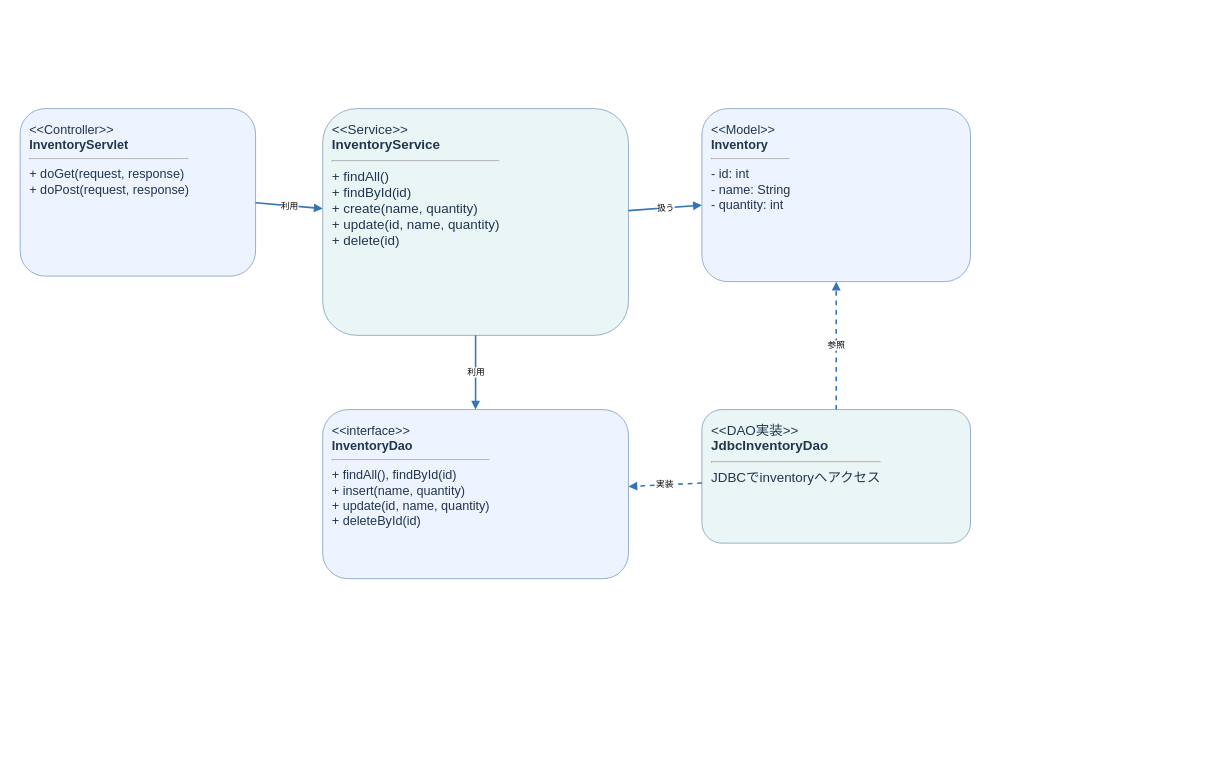
Earlier version of the draw.io diagram docs/internal-design/diagrams/class-diagram.drawio (polyfortrain/inventory-app). Source tidied: cells renumbered, new cells numbered last; positions are measured from the earlier drawing's top-left corner, leaving out a move shared by most shapes. Both pictures are drawn from the tidied source at 79%, with x=0, y=0 at pixel (20, 108).
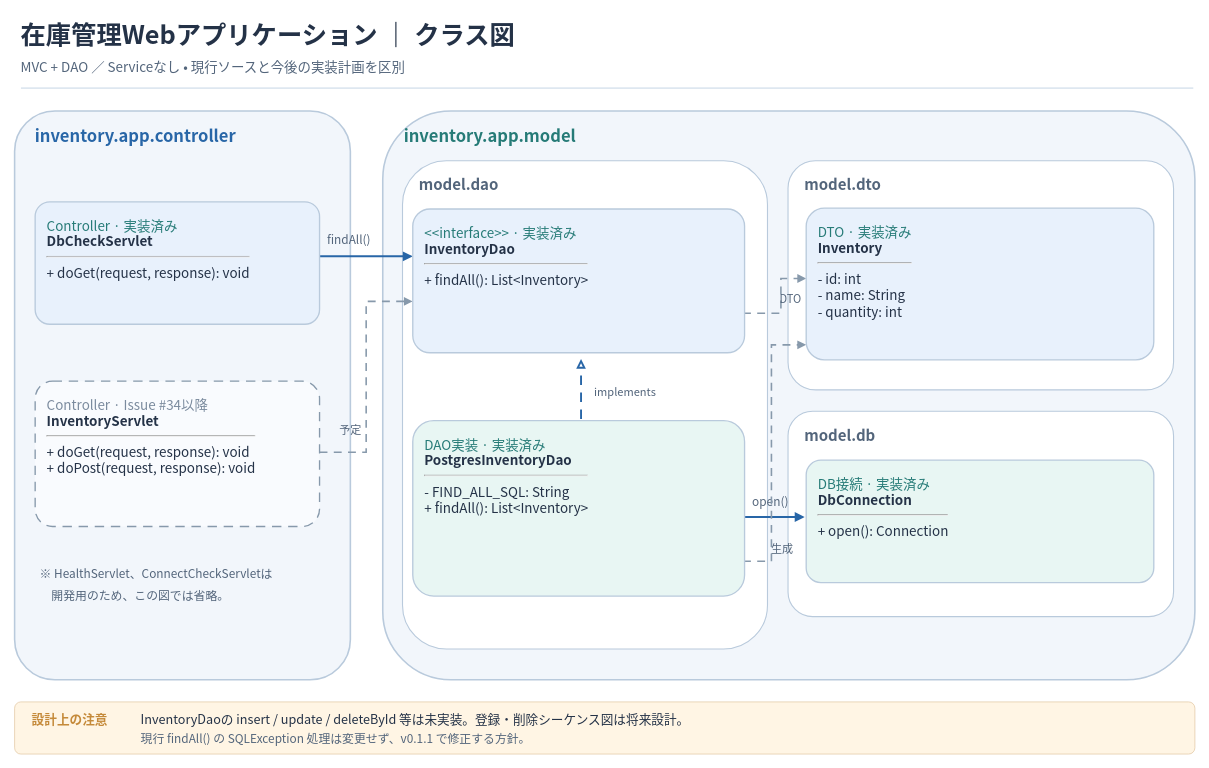
Above is the later version.

What changed in the source:
```diff
@@
-    <mxCell id="2" value="&amp;lt;&amp;lt;Controller&amp;gt;&amp;gt;&lt;br&gt;&lt;b&gt;InventoryServlet&lt;/b&gt;&lt;hr&gt;+ doGet(request, response)&lt;br&gt;+ doPost(request, response)" style="rounded=1;whiteSpace=wrap;html=1;fillColor=#edf4ff;strokeColor=#7f9cba;fontColor=#21354e;fontSize=16;spacing=12;align=left;verticalAlign=top;" parent="1" vertex="1">
-      <mxGeometry width="298" height="212" as="geometry" />
-    </mxCell>
-    <mxCell id="3" value="&amp;lt;&amp;lt;Service&amp;gt;&amp;gt;&lt;br&gt;&lt;b&gt;InventoryService&lt;/b&gt;&lt;hr&gt;+ findAll()&lt;br&gt;+ findById(id)&lt;br&gt;+ create(name, quantity)&lt;br&gt;+ update(id, name, quantity)&lt;br&gt;+ delete(id)" style="rounded=1;whiteSpace=wrap;html=1;fillColor=#e9f6f5;strokeColor=#7f9cba;fontColor=#21354e;fontSize=17;spacing=12;align=left;verticalAlign=top;" parent="1" vertex="1">
-      <mxGeometry x="383" width="387" height="287" as="geometry" />
-    </mxCell>
-    <mxCell id="4" value="&amp;lt;&amp;lt;Model&amp;gt;&amp;gt;&lt;br&gt;&lt;b&gt;Inventory&lt;/b&gt;&lt;hr&gt;- id: int&lt;br&gt;- name: String&lt;br&gt;- quantity: int" style="rounded=1;whiteSpace=wrap;html=1;fillColor=#edf4ff;strokeColor=#7f9cba;fontColor=#21354e;fontSize=16;spacing=12;align=left;verticalAlign=top;" parent="1" vertex="1">
-      <mxGeometry x="863" width="340" height="219" as="geometry" />
-    </mxCell>
-    <mxCell id="5" value="&amp;lt;&amp;lt;interface&amp;gt;&amp;gt;&lt;br&gt;&lt;b&gt;InventoryDao&lt;/b&gt;&lt;hr&gt;+ findAll(), findById(id)&lt;br&gt;+ insert(name, quantity)&lt;br&gt;+ update(id, name, quantity)&lt;br&gt;+ deleteById(id)" style="rounded=1;whiteSpace=wrap;html=1;fillColor=#edf4ff;strokeColor=#7f9cba;fontColor=#21354e;fontSize=16;spacing=12;align=left;verticalAlign=top;" parent="1" vertex="1">
-      <mxGeometry x="383" y="381" width="387" height="214" as="geometry" />
-    </mxCell>
-    <mxCell id="6" value="&amp;lt;&amp;lt;DAO実装&amp;gt;&amp;gt;&lt;br&gt;&lt;b&gt;JdbcInventoryDao&lt;/b&gt;&lt;hr&gt;JDBCでinventoryへアクセス" style="rounded=1;whiteSpace=wrap;html=1;fillColor=#e9f6f5;strokeColor=#7f9cba;fontColor=#21354e;fontSize=17;spacing=12;align=left;verticalAlign=top;" parent="1" vertex="1">
-      <mxGeometry x="863" y="381" width="340" height="169" as="geometry" />
-    </mxCell>
-    <mxCell id="7" value="利用" style="endArrow=block;html=1;rounded=1;strokeWidth=2;strokeColor=#3475b9;" parent="1" edge="1" source="2" target="3">
-      <mxGeometry relative="1" as="geometry" />
-    </mxCell>
-    <mxCell id="8" value="利用" style="endArrow=block;html=1;rounded=1;strokeWidth=2;strokeColor=#3475b9;" parent="1" edge="1" source="3" target="5">
-      <mxGeometry relative="1" as="geometry" />
-    </mxCell>
-    <mxCell id="9" value="扱う" style="endArrow=block;html=1;rounded=1;strokeWidth=2;strokeColor=#3475b9;" parent="1" edge="1" source="3" target="4">
-      <mxGeometry relative="1" as="geometry" />
-    </mxCell>
+    <mxCell id="12" value="在庫管理Webアプリケーション ｜ クラス図" style="text;html=1;align=left;verticalAlign=middle;whiteSpace=wrap;rounded=0;fillColor=none;strokeColor=none;fontColor=#243247;fontFamily=Noto Sans CJK JP;fontSize=32;fontStyle=1;spacing=0;" parent="1" vertex="1">
+      <mxGeometry x="1" y="-120" width="850" height="49.6" as="geometry" />
+    </mxCell>
+    <mxCell id="13" value="MVC + DAO ／ Serviceなし   •   現行ソースと今後の実装計画を区別" style="text;html=1;align=left;verticalAlign=middle;whiteSpace=wrap;rounded=0;fillColor=none;strokeColor=none;fontColor=#53657B;fontFamily=Noto Sans CJK JP;fontSize=17;fontStyle=0;spacing=0;" parent="1" vertex="1">
+      <mxGeometry x="1" y="-66.2" width="900" height="26.4" as="geometry" />
+    </mxCell>
-    <mxCell id="10" value="実装" style="endArrow=block;html=1;rounded=1;strokeWidth=2;strokeColor=#3475b9;dashed=1;" parent="1" edge="1" source="6" target="5">
-      <mxGeometry relative="1" as="geometry" />
+    <mxCell id="10" style="edgeStyle=none;html=1;rounded=0;strokeColor=#DEE7F0;strokeWidth=2;endArrow=none;" parent="1" edge="1">
+      <mxGeometry relative="1" as="geometry">
+        <mxPoint x="1" y="-26" as="sourcePoint" />
+        <mxPoint x="1485" y="-26" as="targetPoint" />
+      </mxGeometry>
     </mxCell>
-    <mxCell id="11" value="参照" style="endArrow=block;html=1;rounded=1;strokeWidth=2;strokeColor=#3475b9;dashed=1;" parent="1" edge="1" source="6" target="4">
-      <mxGeometry relative="1" as="geometry" />
-    </mxCell>
+    <mxCell id="14" style="rounded=1;arcSize=12;whiteSpace=wrap;html=1;fillColor=#F2F6FB;strokeColor=#B9CADC;strokeWidth=2;" parent="1" vertex="1">
+      <mxGeometry x="-7" y="3" width="425" height="720" as="geometry" />
+    </mxCell>
+    <mxCell id="15" value="inventory.app.controller" style="text;html=1;align=left;verticalAlign=middle;whiteSpace=wrap;rounded=0;fillColor=none;strokeColor=none;fontColor=#2866A7;fontFamily=Noto Sans CJK JP;fontSize=21;fontStyle=1;spacing=0;" parent="1" vertex="1">
+      <mxGeometry x="19" y="17.9" width="390" height="32.6" as="geometry" />
+    </mxCell>
+    <mxCell id="16" style="rounded=1;arcSize=12;whiteSpace=wrap;html=1;fillColor=#F2F6FB;strokeColor=#B9CADC;strokeWidth=2;" parent="1" vertex="1">
+      <mxGeometry x="459" y="3" width="1028" height="720" as="geometry" />
+    </mxCell>
+    <mxCell id="17" value="inventory.app.model" style="text;html=1;align=left;verticalAlign=middle;whiteSpace=wrap;rounded=0;fillColor=none;strokeColor=none;fontColor=#267B77;fontFamily=Noto Sans CJK JP;fontSize=21;fontStyle=1;spacing=0;" parent="1" vertex="1">
+      <mxGeometry x="486" y="17.9" width="420" height="32.6" as="geometry" />
+    </mxCell>
+    <mxCell id="18" style="rounded=1;arcSize=12;whiteSpace=wrap;html=1;fillColor=#FFFFFF;strokeColor=#B9CADC;strokeWidth=1.4;" parent="1" vertex="1">
+      <mxGeometry x="484" y="66" width="462" height="618" as="geometry" />
+    </mxCell>
+    <mxCell id="19" value="model.dao" style="text;html=1;align=left;verticalAlign=middle;whiteSpace=wrap;rounded=0;fillColor=none;strokeColor=none;fontColor=#53657B;fontFamily=Noto Sans CJK JP;fontSize=19;fontStyle=1;spacing=0;" parent="1" vertex="1">
+      <mxGeometry x="505" y="80.3" width="193" height="29.4" as="geometry" />
+    </mxCell>
+    <mxCell id="20" style="rounded=1;arcSize=12;whiteSpace=wrap;html=1;fillColor=#FFFFFF;strokeColor=#B9CADC;strokeWidth=1.4;" parent="1" vertex="1">
+      <mxGeometry x="972" y="66" width="488" height="290" as="geometry" />
+    </mxCell>
+    <mxCell id="21" value="model.dto" style="text;html=1;align=left;verticalAlign=middle;whiteSpace=wrap;rounded=0;fillColor=none;strokeColor=none;fontColor=#53657B;fontFamily=Noto Sans CJK JP;fontSize=19;fontStyle=1;spacing=0;" parent="1" vertex="1">
+      <mxGeometry x="993" y="80.3" width="193" height="29.4" as="geometry" />
+    </mxCell>
+    <mxCell id="22" style="rounded=1;arcSize=12;whiteSpace=wrap;html=1;fillColor=#FFFFFF;strokeColor=#B9CADC;strokeWidth=1.4;" parent="1" vertex="1">
+      <mxGeometry x="972" y="383" width="488" height="260" as="geometry" />
+    </mxCell>
+    <mxCell id="23" value="model.db" style="text;html=1;align=left;verticalAlign=middle;whiteSpace=wrap;rounded=0;fillColor=none;strokeColor=none;fontColor=#53657B;fontFamily=Noto Sans CJK JP;fontSize=19;fontStyle=1;spacing=0;" parent="1" vertex="1">
+      <mxGeometry x="993" y="398.3" width="178" height="29.4" as="geometry" />
+    </mxCell>
+    <mxCell id="24" style="edgeStyle=none;html=1;rounded=0;strokeColor=#2866A7;strokeWidth=2.5;endArrow=block;endFill=1;" parent="1" edge="1">
+      <mxGeometry relative="1" as="geometry">
+        <mxPoint x="379" y="187" as="sourcePoint" />
+        <mxPoint x="497" y="187" as="targetPoint" />
+      </mxGeometry>
+    </mxCell>
+    <mxCell id="25" value="findAll()" style="text;html=1;align=center;verticalAlign=middle;whiteSpace=wrap;rounded=0;fillColor=none;strokeColor=none;fontColor=#53657B;fontFamily=Noto Sans CJK JP;fontSize=15;fontStyle=0;spacing=0;" parent="1" vertex="1">
+      <mxGeometry x="348.5" y="153.2" width="135" height="23.2" as="geometry" />
+    </mxCell>
+    <mxCell id="26" style="edgeStyle=none;html=1;rounded=0;strokeColor=#8799AB;strokeWidth=2;dashed=1;dashPattern=5 4;endArrow=block;endFill=1;" parent="1" edge="1">
+      <mxGeometry relative="1" as="geometry">
+        <mxPoint x="379" y="435" as="sourcePoint" />
+        <mxPoint x="497" y="244" as="targetPoint" />
+        <Array as="points">
+          <mxPoint x="438" y="435" />
+          <mxPoint x="438" y="244" />
+        </Array>
+      </mxGeometry>
+    </mxCell>
+    <mxCell id="27" value="予定" style="text;html=1;align=center;verticalAlign=middle;whiteSpace=wrap;rounded=0;fillColor=none;strokeColor=none;fontColor=#53657B;fontFamily=Noto Sans CJK JP;fontSize=14;fontStyle=0;spacing=0;" parent="1" vertex="1">
+      <mxGeometry x="385.5" y="394.9" width="65" height="21.7" as="geometry" />
+    </mxCell>
+    <mxCell id="28" style="edgeStyle=none;html=1;rounded=0;strokeColor=#2866A7;strokeWidth=2.4;dashed=1;dashPattern=5 4;endArrow=none;endArrow=block;endFill=0;" parent="1" edge="1">
+      <mxGeometry relative="1" as="geometry">
+        <mxPoint x="710" y="393" as="sourcePoint" />
+        <mxPoint x="710" y="317" as="targetPoint" />
+      </mxGeometry>
+    </mxCell>
+    <mxCell id="29" value="implements" style="text;html=1;align=left;verticalAlign=middle;whiteSpace=wrap;rounded=0;fillColor=none;strokeColor=none;fontColor=#53657B;fontFamily=Noto Sans CJK JP;fontSize=14;fontStyle=0;spacing=0;" parent="1" vertex="1">
+      <mxGeometry x="727" y="346.9" width="169" height="21.7" as="geometry" />
+    </mxCell>
+    <mxCell id="30" style="edgeStyle=none;html=1;rounded=0;strokeColor=#8799AB;strokeWidth=2;dashed=1;dashPattern=5 4;endArrow=block;endFill=1;" parent="1" edge="1">
+      <mxGeometry relative="1" as="geometry">
+        <mxPoint x="915" y="259" as="sourcePoint" />
+        <mxPoint x="995" y="215" as="targetPoint" />
+        <Array as="points">
+          <mxPoint x="963" y="259" />
+          <mxPoint x="963" y="215" />
+        </Array>
+      </mxGeometry>
+    </mxCell>
+    <mxCell id="31" value="DTO" style="text;html=1;align=center;verticalAlign=middle;whiteSpace=wrap;rounded=0;fillColor=none;strokeColor=none;fontColor=#53657B;fontFamily=Noto Sans CJK JP;fontSize=14;fontStyle=0;spacing=0;" parent="1" vertex="1">
+      <mxGeometry x="937.5" y="228.9" width="75" height="21.7" as="geometry" />
+    </mxCell>
+    <mxCell id="32" style="edgeStyle=none;html=1;rounded=0;strokeColor=#2866A7;strokeWidth=2.5;endArrow=block;endFill=1;" parent="1" edge="1">
+      <mxGeometry relative="1" as="geometry">
+        <mxPoint x="915" y="517" as="sourcePoint" />
+        <mxPoint x="993" y="517" as="targetPoint" />
+      </mxGeometry>
+    </mxCell>
+    <mxCell id="33" value="open()" style="text;html=1;align=center;verticalAlign=middle;whiteSpace=wrap;rounded=0;fillColor=none;strokeColor=none;fontColor=#53657B;fontFamily=Noto Sans CJK JP;fontSize=15;fontStyle=0;spacing=0;" parent="1" vertex="1">
+      <mxGeometry x="907" y="484.2" width="86" height="23.2" as="geometry" />
+    </mxCell>
+    <mxCell id="34" style="edgeStyle=none;html=1;rounded=0;strokeColor=#8799AB;strokeWidth=2;dashed=1;dashPattern=5 4;endArrow=block;endFill=1;" parent="1" edge="1">
+      <mxGeometry relative="1" as="geometry">
+        <mxPoint x="915" y="573" as="sourcePoint" />
+        <mxPoint x="995" y="299" as="targetPoint" />
+        <Array as="points">
+          <mxPoint x="951" y="573" />
+          <mxPoint x="951" y="299" />
+        </Array>
+      </mxGeometry>
+    </mxCell>
+    <mxCell id="35" value="生成" style="text;html=1;align=center;verticalAlign=middle;whiteSpace=wrap;rounded=0;fillColor=none;strokeColor=none;fontColor=#53657B;fontFamily=Noto Sans CJK JP;fontSize=14;fontStyle=0;spacing=0;" parent="1" vertex="1">
+      <mxGeometry x="935" y="545.9" width="60" height="21.7" as="geometry" />
+    </mxCell>
+    <mxCell id="36" value="&lt;font color=&quot;#267B77&quot;&gt;Controller · 実装済み&lt;/font&gt;&lt;br&gt;&lt;b&gt;DbCheckServlet&lt;/b&gt;&lt;hr&gt;+ doGet(request, response): void&lt;br&gt;" style="rounded=1;arcSize=12;whiteSpace=wrap;html=1;fillColor=#E8F1FC;strokeColor=#B9CADC;strokeWidth=1.7;align=left;verticalAlign=top;fontFamily=Noto Sans CJK JP;fontColor=#243247;fontSize=17;spacing=15;" parent="1" vertex="1">
+      <mxGeometry x="19" y="118" width="360" height="155" as="geometry" />
+    </mxCell>
+    <mxCell id="37" value="&lt;font color=&quot;#7B8B9E&quot;&gt;Controller · Issue #34以降&lt;/font&gt;&lt;br&gt;&lt;b&gt;InventoryServlet&lt;/b&gt;&lt;hr&gt;+ doGet(request, response): void&lt;br&gt;+ doPost(request, response): void&lt;br&gt;" style="rounded=1;arcSize=12;whiteSpace=wrap;html=1;fillColor=#F9FBFE;strokeColor=#8799AB;strokeWidth=1.7;align=left;verticalAlign=top;fontFamily=Noto Sans CJK JP;fontColor=#243247;fontSize=17;spacing=15;dashed=1;dashPattern=7 5;" parent="1" vertex="1">
+      <mxGeometry x="19" y="345" width="360" height="184" as="geometry" />
+    </mxCell>
+    <mxCell id="38" value="※ HealthServlet、ConnectCheckServletは" style="text;html=1;align=left;verticalAlign=middle;whiteSpace=wrap;rounded=0;fillColor=none;strokeColor=none;fontColor=#53657B;fontFamily=Noto Sans CJK JP;fontSize=15;fontStyle=0;spacing=0;" parent="1" vertex="1">
+      <mxGeometry x="25" y="576.2" width="365" height="23.2" as="geometry" />
+    </mxCell>
+    <mxCell id="39" value="　開発用のため、この図では省略。" style="text;html=1;align=left;verticalAlign=middle;whiteSpace=wrap;rounded=0;fillColor=none;strokeColor=none;fontColor=#53657B;fontFamily=Noto Sans CJK JP;fontSize=15;fontStyle=0;spacing=0;" parent="1" vertex="1">
+      <mxGeometry x="25" y="604.2" width="350" height="23.2" as="geometry" />
+    </mxCell>
+    <mxCell id="40" value="&lt;font color=&quot;#267B77&quot;&gt;&amp;lt;&amp;lt;interface&amp;gt;&amp;gt; · 実装済み&lt;/font&gt;&lt;br&gt;&lt;b&gt;InventoryDao&lt;/b&gt;&lt;hr&gt;+ findAll(): List&amp;lt;Inventory&amp;gt;&lt;br&gt;" style="rounded=1;arcSize=12;whiteSpace=wrap;html=1;fillColor=#E8F1FC;strokeColor=#B9CADC;strokeWidth=1.7;align=left;verticalAlign=top;fontFamily=Noto Sans CJK JP;fontColor=#243247;fontSize=17;spacing=15;" parent="1" vertex="1">
+      <mxGeometry x="497" y="127" width="420" height="182" as="geometry" />
+    </mxCell>
+    <mxCell id="41" value="&lt;font color=&quot;#267B77&quot;&gt;DAO実装 · 実装済み&lt;/font&gt;&lt;br&gt;&lt;b&gt;PostgresInventoryDao&lt;/b&gt;&lt;hr&gt;- FIND_ALL_SQL: String&lt;br&gt;+ findAll(): List&amp;lt;Inventory&amp;gt;&lt;br&gt;" style="rounded=1;arcSize=12;whiteSpace=wrap;html=1;fillColor=#E8F6F3;strokeColor=#B9CADC;strokeWidth=1.7;align=left;verticalAlign=top;fontFamily=Noto Sans CJK JP;fontColor=#243247;fontSize=17;spacing=15;" parent="1" vertex="1">
+      <mxGeometry x="497" y="395" width="420" height="222" as="geometry" />
+    </mxCell>
+    <mxCell id="42" value="&lt;font color=&quot;#267B77&quot;&gt;DTO · 実装済み&lt;/font&gt;&lt;br&gt;&lt;b&gt;Inventory&lt;/b&gt;&lt;hr&gt;- id: int&lt;br&gt;- name: String&lt;br&gt;- quantity: int&lt;br&gt;" style="rounded=1;arcSize=12;whiteSpace=wrap;html=1;fillColor=#E8F1FC;strokeColor=#B9CADC;strokeWidth=1.7;align=left;verticalAlign=top;fontFamily=Noto Sans CJK JP;fontColor=#243247;fontSize=17;spacing=15;" parent="1" vertex="1">
+      <mxGeometry x="995" y="126" width="440" height="192" as="geometry" />
+    </mxCell>
+    <mxCell id="43" value="&lt;font color=&quot;#267B77&quot;&gt;DB接続 · 実装済み&lt;/font&gt;&lt;br&gt;&lt;b&gt;DbConnection&lt;/b&gt;&lt;hr&gt;+ open(): Connection&lt;br&gt;" style="rounded=1;arcSize=12;whiteSpace=wrap;html=1;fillColor=#E8F6F3;strokeColor=#B9CADC;strokeWidth=1.7;align=left;verticalAlign=top;fontFamily=Noto Sans CJK JP;fontColor=#243247;fontSize=17;spacing=15;" parent="1" vertex="1">
+      <mxGeometry x="995" y="445" width="440" height="155" as="geometry" />
+    </mxCell>
+    <mxCell id="44" style="rounded=1;arcSize=12;whiteSpace=wrap;html=1;fillColor=#FFF5E4;strokeColor=#E5CCA9;strokeWidth=1;" parent="1" vertex="1">
+      <mxGeometry x="-7" y="751" width="1494" height="66" as="geometry" />
+    </mxCell>
+    <mxCell id="45" value="設計上の注意" style="text;html=1;align=left;verticalAlign=middle;whiteSpace=wrap;rounded=0;fillColor=none;strokeColor=none;fontColor=#C58A3A;fontFamily=Noto Sans CJK JP;fontSize=16;fontStyle=1;spacing=0;" parent="1" vertex="1">
+      <mxGeometry x="15" y="759.5" width="134" height="24.8" as="geometry" />
+    </mxCell>
+    <mxCell id="46" value="InventoryDaoの insert / update / deleteById 等は未実装。登録・削除シーケンス図は将来設計。" style="text;html=1;align=left;verticalAlign=middle;whiteSpace=wrap;rounded=0;fillColor=none;strokeColor=none;fontColor=#243247;fontFamily=Noto Sans CJK JP;fontSize=16;fontStyle=0;spacing=0;" parent="1" vertex="1">
+      <mxGeometry x="153" y="759.5" width="1270" height="24.8" as="geometry" />
+    </mxCell>
+    <mxCell id="47" value="現行 findAll() の SQLException 処理は変更せず、v0.1.1 で修正する方針。" style="text;html=1;align=left;verticalAlign=middle;whiteSpace=wrap;rounded=0;fillColor=none;strokeColor=none;fontColor=#53657B;fontFamily=Noto Sans CJK JP;fontSize=15;fontStyle=0;spacing=0;" parent="1" vertex="1">
+      <mxGeometry x="153" y="785.2" width="1130" height="23.2" as="geometry" />
+    </mxCell>
```
